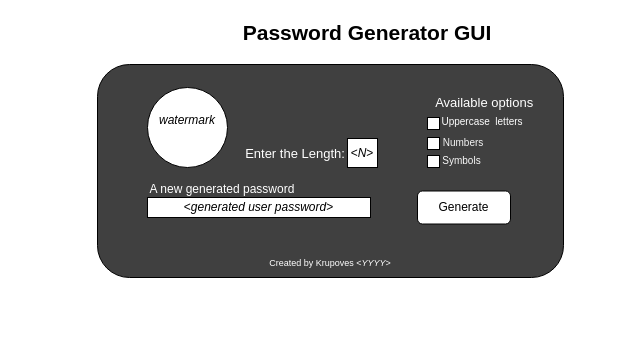
Before: page "GUI" (3 of 3) of Password Generator.drawio in AndzejK/passGenerator, a draw.io diagram. Source tidied: cells renumbered, new cells numbered last; positions are measured from the earlier drawing's top-left corner, leaving out a move shared by most shapes. Both pictures are drawn from the tidied source at 100%, with x=0, y=0 at pixel (87, 17).
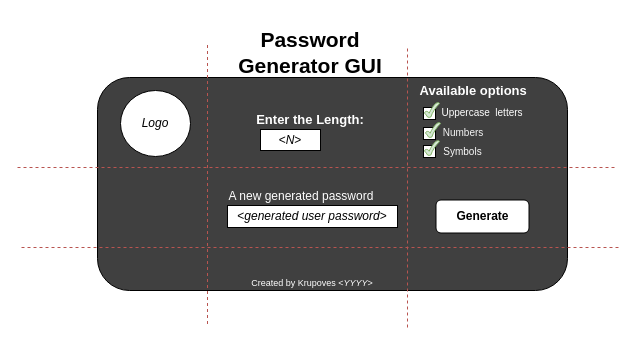
After the change.

Change to the diagram source:
```diff
@@
     <mxCell id="2" style="rounded=1;whiteSpace=wrap;html=1;fillColor=#404040;" parent="1" vertex="1">
-      <mxGeometry x="10" y="47" width="466" height="213" as="geometry" />
+      <mxGeometry x="10" y="60" width="470" height="213" as="geometry" />
     </mxCell>
     <mxCell id="3" value="&lt;font style=&quot;font-size: 21px;&quot;&gt;&lt;b&gt;Password Generator GUI&lt;/b&gt;&lt;/font&gt;" style="text;html=1;align=center;verticalAlign=middle;whiteSpace=wrap;rounded=0;" parent="1" vertex="1">
-      <mxGeometry x="130" width="300" height="30" as="geometry" />
+      <mxGeometry x="120" y="30" width="206" height="10" as="geometry" />
     </mxCell>
     <mxCell id="4" value="&amp;lt;&lt;i&gt;generated user password&lt;/i&gt;&amp;gt;" style="rounded=0;whiteSpace=wrap;html=1;" parent="1" vertex="1">
-      <mxGeometry x="60" y="180" width="223" height="20" as="geometry" />
+      <mxGeometry x="140" y="188" width="170" height="22" as="geometry" />
     </mxCell>
     <mxCell id="5" value="&lt;font color=&quot;#ffffff&quot;&gt;A new generated password&lt;/font&gt;" style="text;html=1;align=center;verticalAlign=middle;whiteSpace=wrap;rounded=0;" parent="1" vertex="1">
-      <mxGeometry y="157" width="270" height="30" as="geometry" />
+      <mxGeometry x="79" y="164" width="270" height="30" as="geometry" />
     </mxCell>
-    <mxCell id="6" value="&lt;font style=&quot;font-size: 13px;&quot; color=&quot;#ffffff&quot;&gt;Available&lt;span style=&quot;caret-color: rgb(255, 255, 255);&quot;&gt;&amp;nbsp;options&amp;nbsp;&lt;/span&gt;&lt;/font&gt;" style="text;html=1;align=center;verticalAlign=middle;whiteSpace=wrap;rounded=0;" parent="1" vertex="1">
-      <mxGeometry x="264" y="70" width="270" height="30" as="geometry" />
+    <mxCell id="6" value="&lt;font style=&quot;font-size: 13px;&quot; color=&quot;#ffffff&quot;&gt;&lt;b&gt;Available&lt;span style=&quot;caret-color: rgb(255, 255, 255);&quot;&gt;&amp;nbsp;options&amp;nbsp;&lt;/span&gt;&lt;/b&gt;&lt;/font&gt;" style="text;html=1;align=center;verticalAlign=middle;whiteSpace=wrap;rounded=0;" parent="1" vertex="1">
+      <mxGeometry x="253" y="58" width="270" height="30" as="geometry" />
     </mxCell>
     <mxCell id="7" style="whiteSpace=wrap;html=1;" parent="1" vertex="1">
-      <mxGeometry x="340" y="100" width="12" height="12" as="geometry" />
+      <mxGeometry x="336" y="90" width="12" height="12" as="geometry" />
     </mxCell>
     <mxCell id="8" style="whiteSpace=wrap;html=1;" parent="1" vertex="1">
-      <mxGeometry x="340" y="120" width="12" height="12" as="geometry" />
+      <mxGeometry x="336" y="110" width="12" height="12" as="geometry" />
     </mxCell>
     <mxCell id="9" style="whiteSpace=wrap;html=1;" parent="1" vertex="1">
-      <mxGeometry x="340" y="138" width="12" height="12" as="geometry" />
+      <mxGeometry x="336" y="128" width="12" height="12" as="geometry" />
     </mxCell>
     <mxCell id="10" value="&lt;font color=&quot;#ffffff&quot; style=&quot;font-size: 10px;&quot;&gt;Uppercase &amp;nbsp;letters&lt;/font&gt;" style="text;html=1;align=center;verticalAlign=middle;whiteSpace=wrap;rounded=0;" parent="1" vertex="1">
-      <mxGeometry x="330" y="89" width="130" height="30" as="geometry" />
+      <mxGeometry x="330" y="80" width="130" height="30" as="geometry" />
     </mxCell>
     <mxCell id="11" value="&lt;font color=&quot;#f5f5f5&quot; style=&quot;font-size: 10px;&quot;&gt;Numbers&lt;/font&gt;" style="text;html=1;align=center;verticalAlign=middle;whiteSpace=wrap;rounded=0;" parent="1" vertex="1">
-      <mxGeometry x="326" y="110" width="100" height="30" as="geometry" />
+      <mxGeometry x="326" y="101" width="100" height="28" as="geometry" />
     </mxCell>
     <mxCell id="12" value="&lt;font style=&quot;font-size: 10px;&quot; color=&quot;#fafafa&quot;&gt;Symbols&lt;/font&gt;" style="text;html=1;align=center;verticalAlign=middle;whiteSpace=wrap;rounded=0;" parent="1" vertex="1">
-      <mxGeometry x="327" y="128" width="95" height="30" as="geometry" />
+      <mxGeometry x="328" y="119" width="95" height="30" as="geometry" />
     </mxCell>
-    <mxCell id="13" value="Generate" style="rounded=1;whiteSpace=wrap;html=1;" parent="1" vertex="1">
-      <mxGeometry x="330" y="173.5" width="93" height="33" as="geometry" />
+    <mxCell id="13" value="&lt;b&gt;Generate&lt;/b&gt;" style="rounded=1;whiteSpace=wrap;html=1;" parent="1" vertex="1">
+      <mxGeometry x="348.5" y="182.5" width="93" height="33" as="geometry" />
     </mxCell>
-    <mxCell id="14" value="&lt;i&gt;watermark&lt;/i&gt;&lt;div&gt;&lt;br/&gt;&lt;/div&gt;" style="ellipse;whiteSpace=wrap;html=1;" parent="1" vertex="1">
-      <mxGeometry x="60" y="70" width="80" height="80" as="geometry" />
+    <mxCell id="14" value="&lt;i&gt;Logo&lt;/i&gt;" style="ellipse;whiteSpace=wrap;html=1;" parent="1" vertex="1">
+      <mxGeometry x="33" y="73" width="70" height="66" as="geometry" />
     </mxCell>
     <mxCell id="15" value="&amp;lt;&lt;i&gt;N&lt;/i&gt;&amp;gt;" style="rounded=0;whiteSpace=wrap;html=1;" parent="1" vertex="1">
-      <mxGeometry x="260" y="121" width="30" height="29" as="geometry" />
+      <mxGeometry x="173" y="112" width="60" height="21" as="geometry" />
     </mxCell>
-    <mxCell id="16" value="&lt;font size=&quot;2&quot; color=&quot;#ffffff&quot;&gt;&lt;span style=&quot;caret-color: rgb(255, 255, 255);&quot;&gt;Enter the Length:&lt;/span&gt;&lt;/font&gt;" style="text;html=1;align=center;verticalAlign=middle;whiteSpace=wrap;rounded=0;" parent="1" vertex="1">
-      <mxGeometry x="117" y="121" width="182" height="30" as="geometry" />
+    <mxCell id="16" value="&lt;font size=&quot;2&quot; color=&quot;#ffffff&quot;&gt;&lt;span style=&quot;caret-color: rgb(255, 255, 255);&quot;&gt;&lt;b&gt;Enter the Length:&lt;/b&gt;&lt;/span&gt;&lt;/font&gt;" style="text;html=1;align=center;verticalAlign=middle;whiteSpace=wrap;rounded=0;" parent="1" vertex="1">
+      <mxGeometry x="132" y="87" width="182" height="30" as="geometry" />
     </mxCell>
     <mxCell id="17" value="&lt;font color=&quot;#ffffff&quot; style=&quot;font-size: 9px;&quot;&gt;Created by Krupoves &amp;lt;&lt;i&gt;YYYY&lt;/i&gt;&amp;gt;&lt;/font&gt;" style="text;html=1;align=center;verticalAlign=middle;whiteSpace=wrap;rounded=0;" parent="1" vertex="1">
-      <mxGeometry x="148" y="230" width="190" height="30" as="geometry" />
+      <mxGeometry x="130" y="250" width="190" height="30" as="geometry" />
     </mxCell>
+    <mxCell id="18" style="endArrow=none;dashed=1;html=1;rounded=0;fillColor=#f8cecc;strokeColor=#b85450;" parent="1" edge="1">
+      <mxGeometry relative="1" as="geometry">
+        <mxPoint x="-70" y="150" as="sourcePoint" />
+        <mxPoint x="530" y="150" as="targetPoint" />
+      </mxGeometry>
+    </mxCell>
+    <mxCell id="19" style="endArrow=none;dashed=1;html=1;rounded=0;fillColor=#f8cecc;strokeColor=#b85450;" parent="1" edge="1">
+      <mxGeometry relative="1" as="geometry">
+        <mxPoint x="320" y="310" as="sourcePoint" />
+        <mxPoint x="320" y="30" as="targetPoint" />
+      </mxGeometry>
+    </mxCell>
+    <mxCell id="20" style="endArrow=none;dashed=1;html=1;rounded=0;fillColor=#f8cecc;strokeColor=#b85450;" parent="1" edge="1">
+      <mxGeometry relative="1" as="geometry">
+        <mxPoint x="120" y="306.5" as="sourcePoint" />
+        <mxPoint x="120" y="26.5" as="targetPoint" />
+      </mxGeometry>
+    </mxCell>
+    <mxCell id="21" style="endArrow=none;dashed=1;html=1;rounded=0;fillColor=#f8cecc;strokeColor=#b85450;" parent="1" edge="1">
+      <mxGeometry relative="1" as="geometry">
+        <mxPoint x="-66" y="230" as="sourcePoint" />
+        <mxPoint x="534" y="230" as="targetPoint" />
+      </mxGeometry>
+    </mxCell>
+    <mxCell id="22" style="verticalLabelPosition=bottom;verticalAlign=top;html=1;shape=mxgraph.basic.tick;fillColor=#d5e8d4;strokeColor=#82b366;" parent="1" vertex="1">
+      <mxGeometry x="337" y="85" width="15" height="15" as="geometry" />
+    </mxCell>
+    <mxCell id="23" style="verticalLabelPosition=bottom;verticalAlign=top;html=1;shape=mxgraph.basic.tick;fillColor=#d5e8d4;strokeColor=#82b366;" parent="1" vertex="1">
+      <mxGeometry x="338" y="105" width="15" height="15" as="geometry" />
+    </mxCell>
+    <mxCell id="24" style="verticalLabelPosition=bottom;verticalAlign=top;html=1;shape=mxgraph.basic.tick;fillColor=#d5e8d4;strokeColor=#82b366;" parent="1" vertex="1">
+      <mxGeometry x="337" y="123" width="15" height="15" as="geometry" />
+    </mxCell>
```
